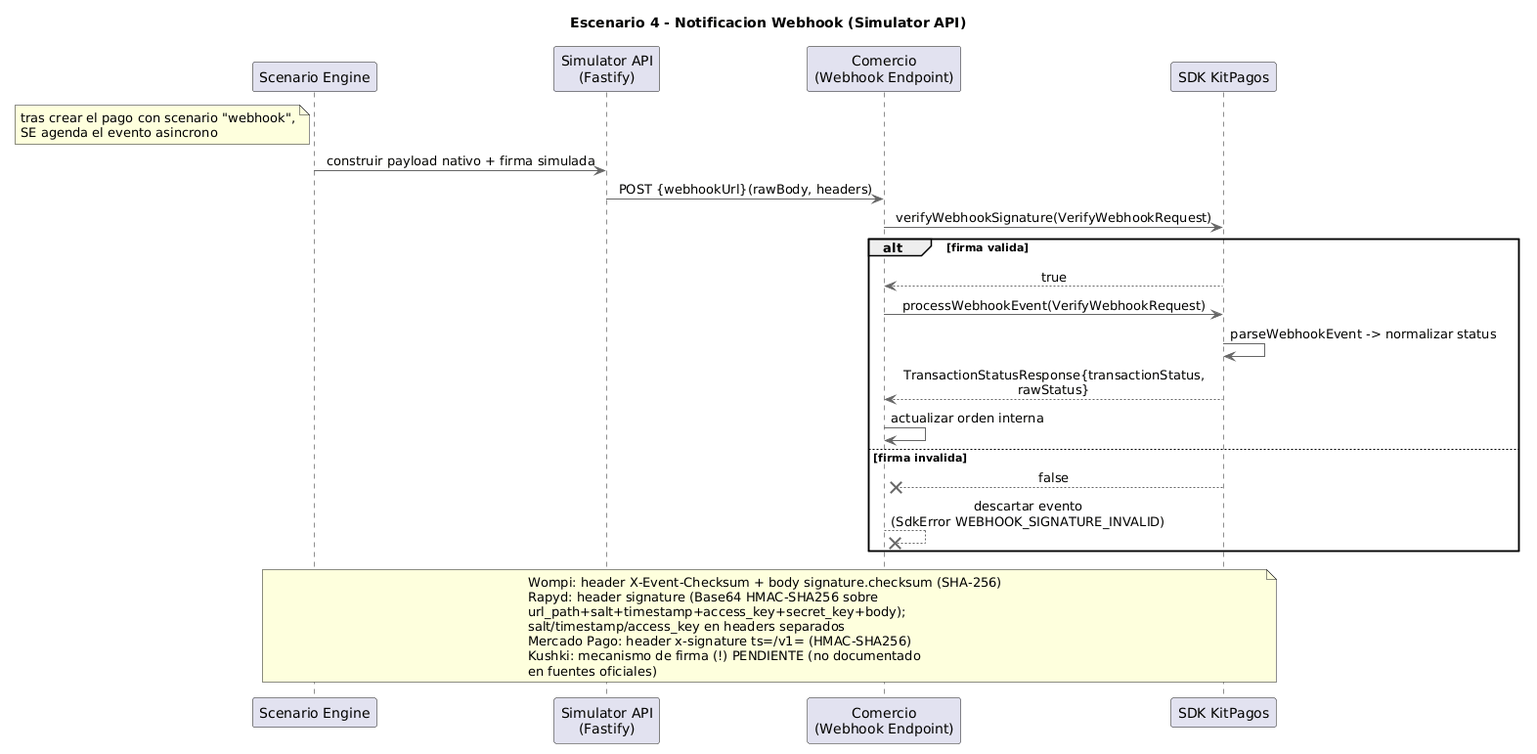
This is docs/architecture/Simulador API/Sequence Diagram - Webhook Notification.png from PurosBrothers/Kit-Pagos-Colombia---Tesis, a PlantUML export, as it was before one commit.
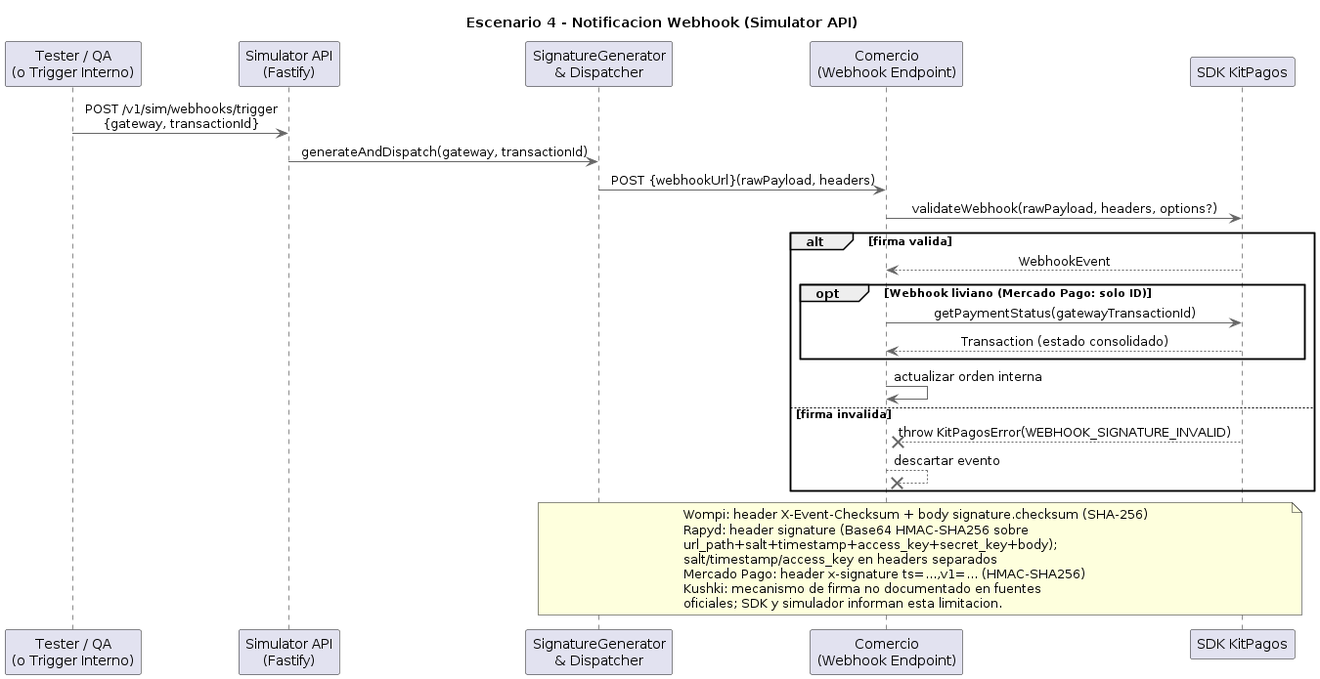
The same diagram one commit later.

Diff of the diagram source:
```diff
@@ -5,37 +5,37 @@
 skinparam ArrowColor #666666
 skinparam LifeLineBorderColor #666666
 
-participant "Scenario Engine" as Engine
+participant "Tester / QA\n(o Trigger Interno)" as Tester
 participant "Simulator API\n(Fastify)" as SimAPI
+participant "SignatureGenerator\n& Dispatcher" as Dispatcher
 participant "Comercio\n(Webhook Endpoint)" as Comercio
 participant "SDK KitPagos" as SDK
 
-note left of Engine
-  tras crear el pago con scenario "webhook",
-  SE agenda el evento asincrono
-end note
-Engine -> SimAPI : construir payload nativo + firma simulada
-SimAPI -> Comercio : POST {webhookUrl}(rawBody, headers)
-Comercio -> SDK : verifyWebhookSignature(VerifyWebhookRequest)
+Tester -> SimAPI : POST /v1/sim/webhooks/trigger\n{gateway, transactionId}
+SimAPI -> Dispatcher : generateAndDispatch(gateway, transactionId)
+Dispatcher -> Comercio : POST {webhookUrl}(rawPayload, headers)
+
+Comercio -> SDK : validateWebhook(rawPayload, headers, options?)
 
 alt firma valida
-  SDK --> Comercio : true
-  Comercio -> SDK : processWebhookEvent(VerifyWebhookRequest)
-  SDK -> SDK : parseWebhookEvent -> normalizar status
-  SDK --> Comercio : TransactionStatusResponse{transactionStatus,\nrawStatus}
+  SDK --> Comercio : WebhookEvent
+  opt Webhook liviano (Mercado Pago: solo ID)
+    Comercio -> SDK : getPaymentStatus(gatewayTransactionId)
+    SDK --> Comercio : Transaction (estado consolidado)
+  end
   Comercio -> Comercio : actualizar orden interna
 else firma invalida
-  SDK -->x Comercio : false
-  Comercio -->x Comercio : descartar evento\n(SdkError WEBHOOK_SIGNATURE_INVALID)
+  SDK -->x Comercio : throw KitPagosError(WEBHOOK_SIGNATURE_INVALID)
+  Comercio -->x Comercio : descartar evento
 end
 
-note over Engine, SDK
+note over Dispatcher, SDK
   Wompi: header X-Event-Checksum + body signature.checksum (SHA-256)
   Rapyd: header signature (Base64 HMAC-SHA256 sobre
   url_path+salt+timestamp+access_key+secret_key+body);
   salt/timestamp/access_key en headers separados
-  Mercado Pago: header x-signature ts=/v1= (HMAC-SHA256)
-  Kushki: mecanismo de firma (!) PENDIENTE (no documentado
-  en fuentes oficiales)
+  Mercado Pago: header x-signature ts=...,v1=... (HMAC-SHA256)
+  Kushki: mecanismo de firma no documentado en fuentes
+  oficiales; SDK y simulador informan esta limitacion.
 end note
 @enduml
```
